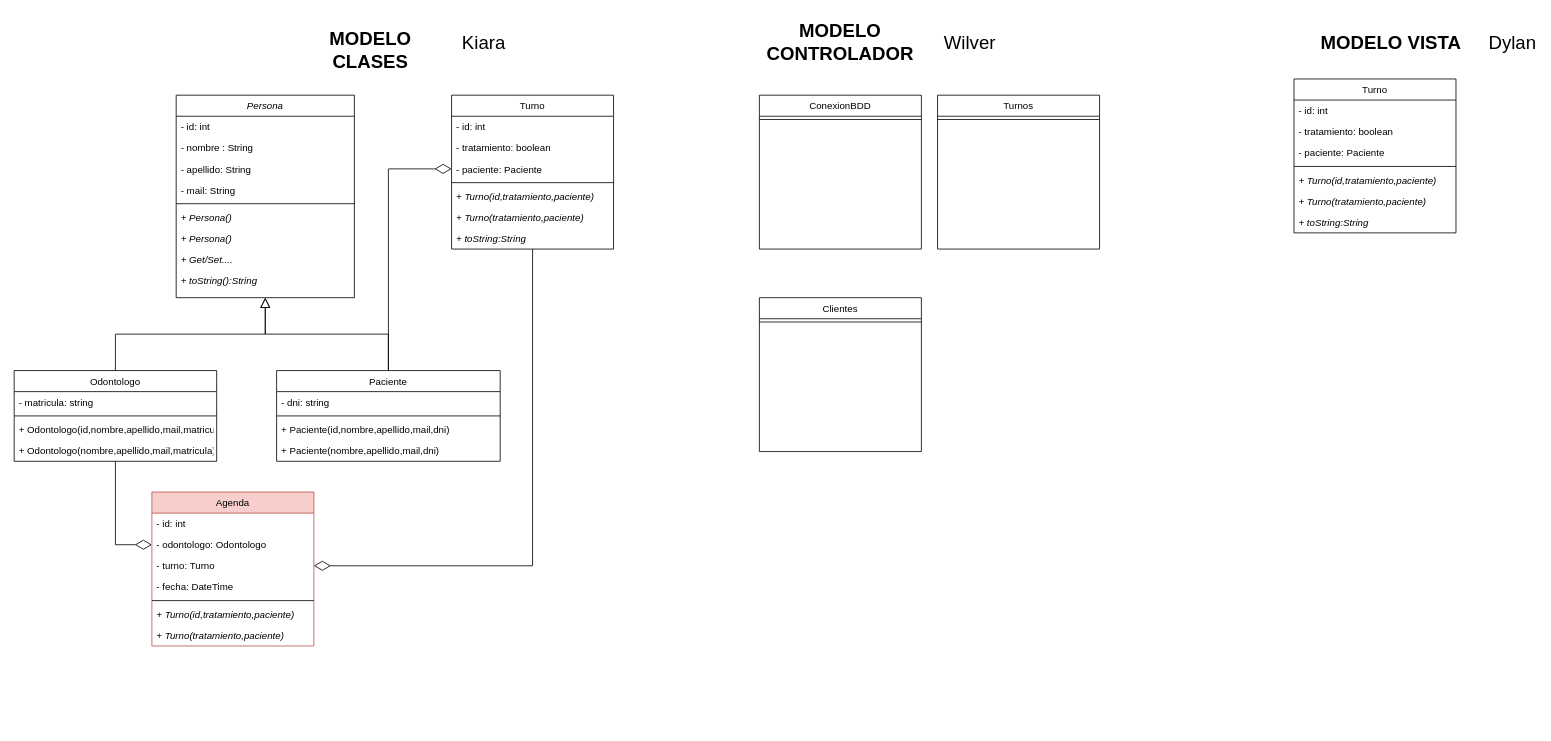
nietonicolasleon/Consultorio_G1 keeps this draw.io diagram as Diagramas/UML_odontologo.drawio. Above is the earlier version. Source tidied: cells renumbered, new cells numbered last; positions are measured from the earlier drawing's top-left corner, leaving out a move shared by most shapes. Both pictures are drawn from the tidied source at 81%, with x=0, y=0 at pixel (14, 14).
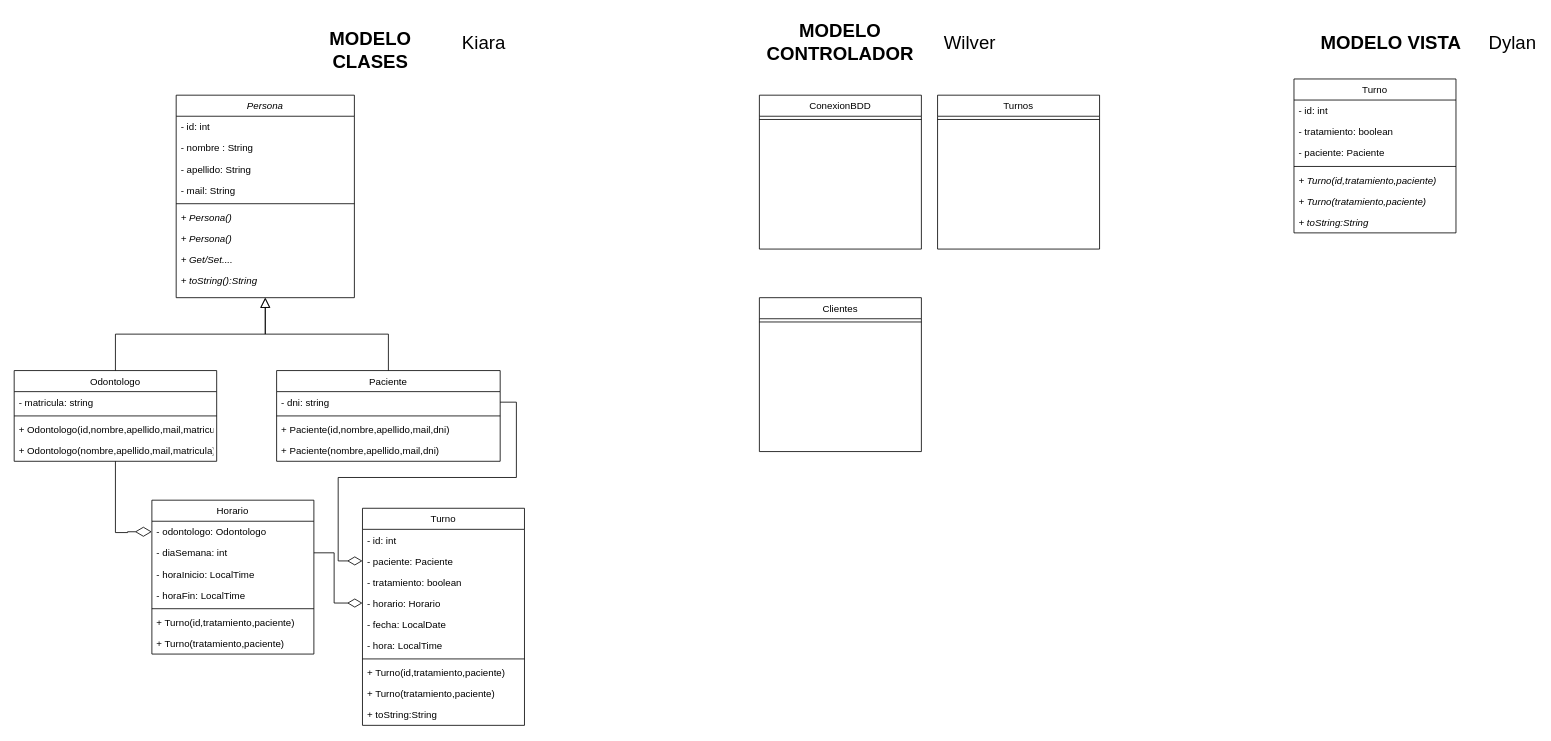
The same page after the edit.

Commit message (it also covers changes not shown here):
Diagramas de UML Clases terminado

The change refers to these unchanged cells:
```xml
<mxCell id="13" value="Odontologo" style="swimlane;fontStyle=0;align=center;verticalAlign=top;horizontal=1;startSize=26;rounded=0;shadow=0;strokeWidth=1;" parent="1" vertex="1">
  <mxGeometry y="440" width="250" height="112" as="geometry" />
</mxCell>
<mxCell id="20" value="Paciente" style="swimlane;fontStyle=0;align=center;verticalAlign=top;horizontal=1;startSize=26;rounded=0;shadow=0;strokeWidth=1;" parent="1" vertex="1">
  <mxGeometry x="324" y="440" width="276" height="112" as="geometry" />
</mxCell>
<mxCell id="21" value="- dni: string" style="text;align=left;verticalAlign=top;spacingLeft=4;spacingRight=4;overflow=hidden;points=[[0,0.5],[1,0.5]];portConstraint=eastwest;rounded=0;shadow=0;html=0;" parent="20" vertex="1">
  <mxGeometry y="26" width="276" height="26" as="geometry" />
</mxCell>
```

Change to the diagram source:
```diff
@@
     <mxCell id="12" style="edgeStyle=orthogonalEdgeStyle;rounded=0;jettySize=auto;html=1;endArrow=diamondThin;endFill=0;endSize=18;" parent="1" edge="1" source="13" target="37">
-      <mxGeometry relative="1" as="geometry" />
+      <mxGeometry relative="1" as="geometry">
+        <Array as="points">
+          <mxPoint x="125" y="640" />
+          <mxPoint x="140" y="640" />
+          <mxPoint x="140" y="639" />
+        </Array>
+      </mxGeometry>
     </mxCell>
@@
-    <mxCell id="19" style="edgeStyle=orthogonalEdgeStyle;rounded=0;jettySize=auto;html=1;endArrow=diamondThin;endFill=0;endSize=18;" parent="1" edge="1" source="20" target="30">
-      <mxGeometry relative="1" as="geometry">
-        <Array as="points">
-          <mxPoint x="462" y="191" />
-        </Array>
-      </mxGeometry>
-    </mxCell>
@@
-    <mxCell id="26" style="edgeStyle=orthogonalEdgeStyle;rounded=0;jettySize=auto;html=1;endArrow=diamondThin;endFill=0;endSize=18;" parent="1" edge="1" source="27" target="38">
-      <mxGeometry relative="1" as="geometry" />
-    </mxCell>
     <mxCell id="27" value="Turno" style="swimlane;fontStyle=0;align=center;verticalAlign=top;horizontal=1;startSize=26;rounded=0;shadow=0;strokeWidth=1;" parent="1" vertex="1">
-      <mxGeometry x="540" y="100" width="200" height="190" as="geometry" />
+      <mxGeometry x="430" y="610" width="200" height="268" as="geometry" />
     </mxCell>
@@
+    <mxCell id="30" value="- paciente: Paciente" style="text;align=left;verticalAlign=top;spacingLeft=4;spacingRight=4;overflow=hidden;points=[[0,0.5],[1,0.5]];portConstraint=eastwest;" parent="27" vertex="1">
+      <mxGeometry y="52" width="200" height="26" as="geometry" />
+    </mxCell>
     <mxCell id="29" value="- tratamiento: boolean" style="text;align=left;verticalAlign=top;spacingLeft=4;spacingRight=4;overflow=hidden;" parent="27" vertex="1">
-      <mxGeometry y="52" width="200" height="26" as="geometry" />
+      <mxGeometry y="78" width="200" height="26" as="geometry" />
     </mxCell>
-    <mxCell id="30" value="- paciente: Paciente" style="text;align=left;verticalAlign=top;spacingLeft=4;spacingRight=4;overflow=hidden;points=[[0,0.5],[1,0.5]];portConstraint=eastwest;" parent="27" vertex="1">
-      <mxGeometry y="78" width="200" height="26" as="geometry" />
-    </mxCell>
+    <mxCell id="63" value="- horario: Horario" style="text;align=left;verticalAlign=top;spacingLeft=4;spacingRight=4;overflow=hidden;points=[[0,0.5],[1,0.5]];portConstraint=eastwest;" parent="27" vertex="1">
+      <mxGeometry y="104" width="200" height="26" as="geometry" />
+    </mxCell>
+    <mxCell id="64" value="- fecha: LocalDate" style="text;align=left;verticalAlign=top;spacingLeft=4;spacingRight=4;overflow=hidden;" parent="27" vertex="1">
+      <mxGeometry y="130" width="200" height="26" as="geometry" />
+    </mxCell>
+    <mxCell id="65" value="- hora: LocalTime" style="text;align=left;verticalAlign=top;spacingLeft=4;spacingRight=4;overflow=hidden;" parent="27" vertex="1">
+      <mxGeometry y="156" width="200" height="26" as="geometry" />
+    </mxCell>
     <mxCell id="31" style="line;html=1;strokeWidth=1;align=left;verticalAlign=middle;spacingTop=-1;spacingLeft=3;spacingRight=3;labelPosition=right;" parent="27" vertex="1">
-      <mxGeometry y="104" width="200" height="8" as="geometry" />
+      <mxGeometry y="182" width="200" height="8" as="geometry" />
     </mxCell>
-    <mxCell id="32" value="+ Turno(id,tratamiento,paciente)" style="text;align=left;verticalAlign=top;spacingLeft=4;spacingRight=4;overflow=hidden;fontStyle=2;" parent="27" vertex="1">
-      <mxGeometry y="112" width="200" height="26" as="geometry" />
+    <mxCell id="32" value="+ Turno(id,tratamiento,paciente)" style="text;align=left;verticalAlign=top;spacingLeft=4;spacingRight=4;overflow=hidden;fontStyle=0;" parent="27" vertex="1">
+      <mxGeometry y="190" width="200" height="26" as="geometry" />
     </mxCell>
-    <mxCell id="33" value="+ Turno(tratamiento,paciente)" style="text;align=left;verticalAlign=top;spacingLeft=4;spacingRight=4;overflow=hidden;fontStyle=2;" parent="27" vertex="1">
-      <mxGeometry y="138" width="200" height="26" as="geometry" />
+    <mxCell id="33" value="+ Turno(tratamiento,paciente)" style="text;align=left;verticalAlign=top;spacingLeft=4;spacingRight=4;overflow=hidden;fontStyle=0;" parent="27" vertex="1">
+      <mxGeometry y="216" width="200" height="26" as="geometry" />
     </mxCell>
-    <mxCell id="34" value="+ toString:String" style="text;align=left;verticalAlign=top;spacingLeft=4;spacingRight=4;overflow=hidden;fontStyle=2;" parent="27" vertex="1">
-      <mxGeometry y="164" width="200" height="26" as="geometry" />
+    <mxCell id="34" value="+ toString:String" style="text;align=left;verticalAlign=top;spacingLeft=4;spacingRight=4;overflow=hidden;fontStyle=0;fontColor=#000000;" parent="27" vertex="1">
+      <mxGeometry y="242" width="200" height="26" as="geometry" />
     </mxCell>
-    <mxCell id="35" value="Agenda" style="swimlane;fontStyle=0;align=center;verticalAlign=top;horizontal=1;startSize=26;rounded=0;shadow=0;strokeWidth=1;fillColor=#f8cecc;strokeColor=#b85450;" parent="1" vertex="1">
-      <mxGeometry x="170" y="590" width="200" height="190" as="geometry" />
+    <mxCell id="35" value="Horario" style="swimlane;fontStyle=0;align=center;verticalAlign=top;horizontal=1;startSize=26;rounded=0;shadow=0;strokeWidth=1;" parent="1" vertex="1">
+      <mxGeometry x="170" y="600" width="200" height="190" as="geometry" />
     </mxCell>
-    <mxCell id="36" value="- id: int" style="text;align=left;verticalAlign=top;spacingLeft=4;spacingRight=4;overflow=hidden;" parent="35" vertex="1">
-      <mxGeometry y="26" width="200" height="26" as="geometry" />
-    </mxCell>
     <mxCell id="37" value="- odontologo: Odontologo" style="text;align=left;verticalAlign=top;spacingLeft=4;spacingRight=4;overflow=hidden;points=[[0,0.5],[1,0.5]];portConstraint=eastwest;" parent="35" vertex="1">
-      <mxGeometry y="52" width="200" height="26" as="geometry" />
+      <mxGeometry y="26" width="200" height="26" as="geometry" />
     </mxCell>
-    <mxCell id="38" value="- turno: Turno" style="text;align=left;verticalAlign=top;spacingLeft=4;spacingRight=4;overflow=hidden;points=[[0,0.5],[1,0.5]];portConstraint=eastwest;" parent="35" vertex="1">
-      <mxGeometry y="78" width="200" height="26" as="geometry" />
-    </mxCell>
-    <mxCell id="39" value="- fecha: DateTime" style="text;align=left;verticalAlign=top;spacingLeft=4;spacingRight=4;overflow=hidden;points=[[0,0.5],[1,0.5]];portConstraint=eastwest;" parent="35" vertex="1">
-      <mxGeometry y="104" width="200" height="26" as="geometry" />
+    <mxCell id="39" value="- diaSemana: int" style="text;align=left;verticalAlign=top;spacingLeft=4;spacingRight=4;overflow=hidden;points=[[0,0.5],[1,0.5]];portConstraint=eastwest;" parent="35" vertex="1">
+      <mxGeometry y="52" width="200" height="26" as="geometry" />
     </mxCell>
+    <mxCell id="66" value="- horaInicio: LocalTime" style="text;align=left;verticalAlign=top;spacingLeft=4;spacingRight=4;overflow=hidden;" parent="35" vertex="1">
+      <mxGeometry y="78" width="200" height="26" as="geometry" />
+    </mxCell>
+    <mxCell id="67" value="- horaFin: LocalTime" style="text;align=left;verticalAlign=top;spacingLeft=4;spacingRight=4;overflow=hidden;" parent="35" vertex="1">
+      <mxGeometry y="104" width="200" height="26" as="geometry" />
+    </mxCell>
@@
-    <mxCell id="41" value="+ Turno(id,tratamiento,paciente)" style="text;align=left;verticalAlign=top;spacingLeft=4;spacingRight=4;overflow=hidden;fontStyle=2;" parent="35" vertex="1">
+    <mxCell id="41" value="+ Turno(id,tratamiento,paciente)" style="text;align=left;verticalAlign=top;spacingLeft=4;spacingRight=4;overflow=hidden;fontStyle=0;" parent="35" vertex="1">
       <mxGeometry y="138" width="200" height="26" as="geometry" />
     </mxCell>
-    <mxCell id="42" value="+ Turno(tratamiento,paciente)" style="text;align=left;verticalAlign=top;spacingLeft=4;spacingRight=4;overflow=hidden;fontStyle=2;" parent="35" vertex="1">
+    <mxCell id="42" value="+ Turno(tratamiento,paciente)" style="text;align=left;verticalAlign=top;spacingLeft=4;spacingRight=4;overflow=hidden;fontStyle=0;" parent="35" vertex="1">
       <mxGeometry y="164" width="200" height="26" as="geometry" />
     </mxCell>
@@
+    <mxCell id="68" style="edgeStyle=orthogonalEdgeStyle;rounded=0;jettySize=auto;html=1;entryX=0;entryY=0.5;entryDx=0;entryDy=0;endArrow=diamondThin;endFill=0;endSize=16;" parent="1" edge="1" source="39" target="63">
+      <mxGeometry relative="1" as="geometry" />
+    </mxCell>
+    <mxCell id="69" style="edgeStyle=orthogonalEdgeStyle;rounded=0;jettySize=auto;html=1;entryX=0;entryY=0.5;entryDx=0;entryDy=0;endArrow=diamondThin;endFill=0;endSize=16;" parent="1" edge="1" source="21" target="30">
+      <mxGeometry relative="1" as="geometry" />
+    </mxCell>
```
